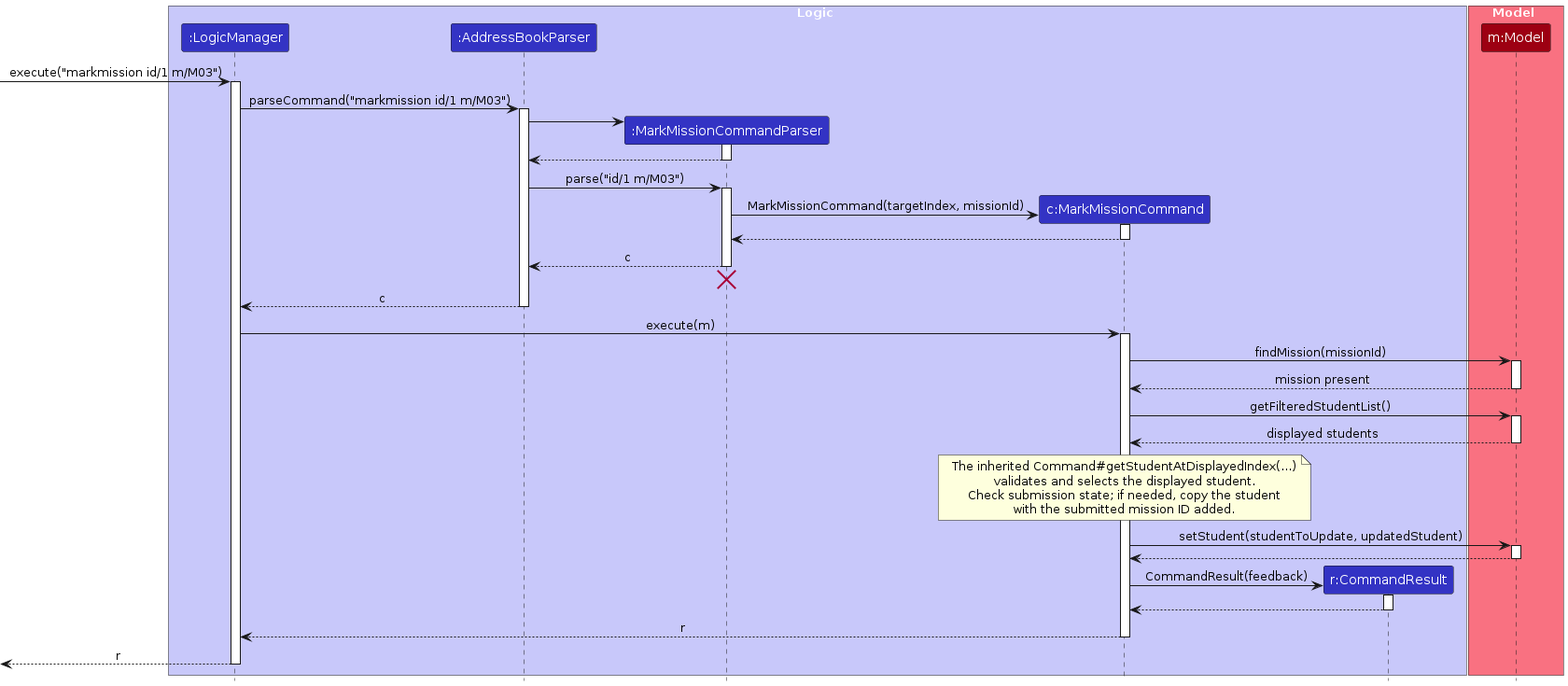
The PlantUML diagram diagrams/MissionSubmissionSequenceDiagram.png in AY2627S1-CS2103T-F14a-1/tp, before a commit. Its source is kept beside it as diagrams/MissionSubmissionSequenceDiagram.puml.
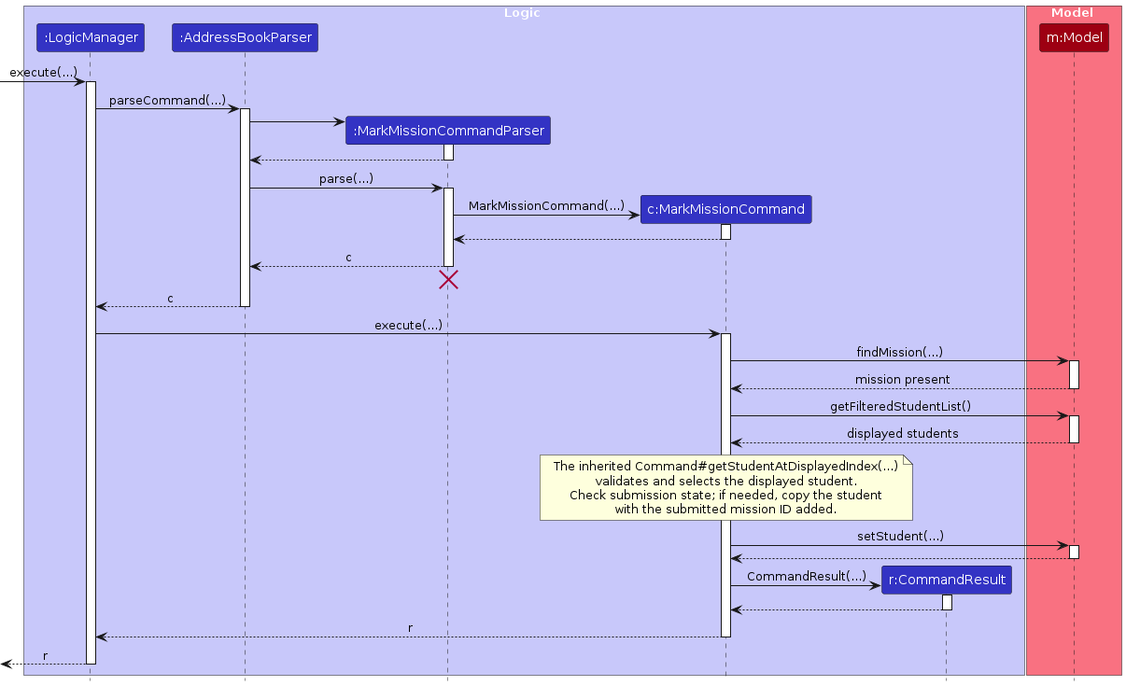
After the commit.

Change to the diagram source:
```diff
@@ -11,19 +11,19 @@
 box Model MODEL_COLOR_T1
 participant "m:Model" as M MODEL_COLOR
 end box
-[-> L : execute("markmission id/1 m/M03")
+[-> L : execute(...)
 activate L
-L -> A : parseCommand("markmission id/1 m/M03")
+L -> A : parseCommand(...)
 activate A
 create P
 A -> P
 activate P
 P --> A
 deactivate P
-A -> P : parse("id/1 m/M03")
+A -> P : parse(...)
 activate P
 create C
-P -> C : MarkMissionCommand(targetIndex, missionId)
+P -> C : MarkMissionCommand(...)
 activate C
 C --> P
 deactivate C
@@ -33,9 +33,9 @@
 destroy P
 A --> L : c
 deactivate A
-L -> C : execute(m)
+L -> C : execute(...)
 activate C
-C -> M : findMission(missionId)
+C -> M : findMission(...)
 activate M
 M --> C : mission present
 deactivate M
@@ -49,12 +49,12 @@
   Check submission state; if needed, copy the student
   with the submitted mission ID added.
 end note
-C -> M : setStudent(studentToUpdate, updatedStudent)
+C -> M : setStudent(...)
 activate M
 M --> C
 deactivate M
 create R
-C -> R : CommandResult(feedback)
+C -> R : CommandResult(...)
 activate R
 R --> C
 deactivate R
```
